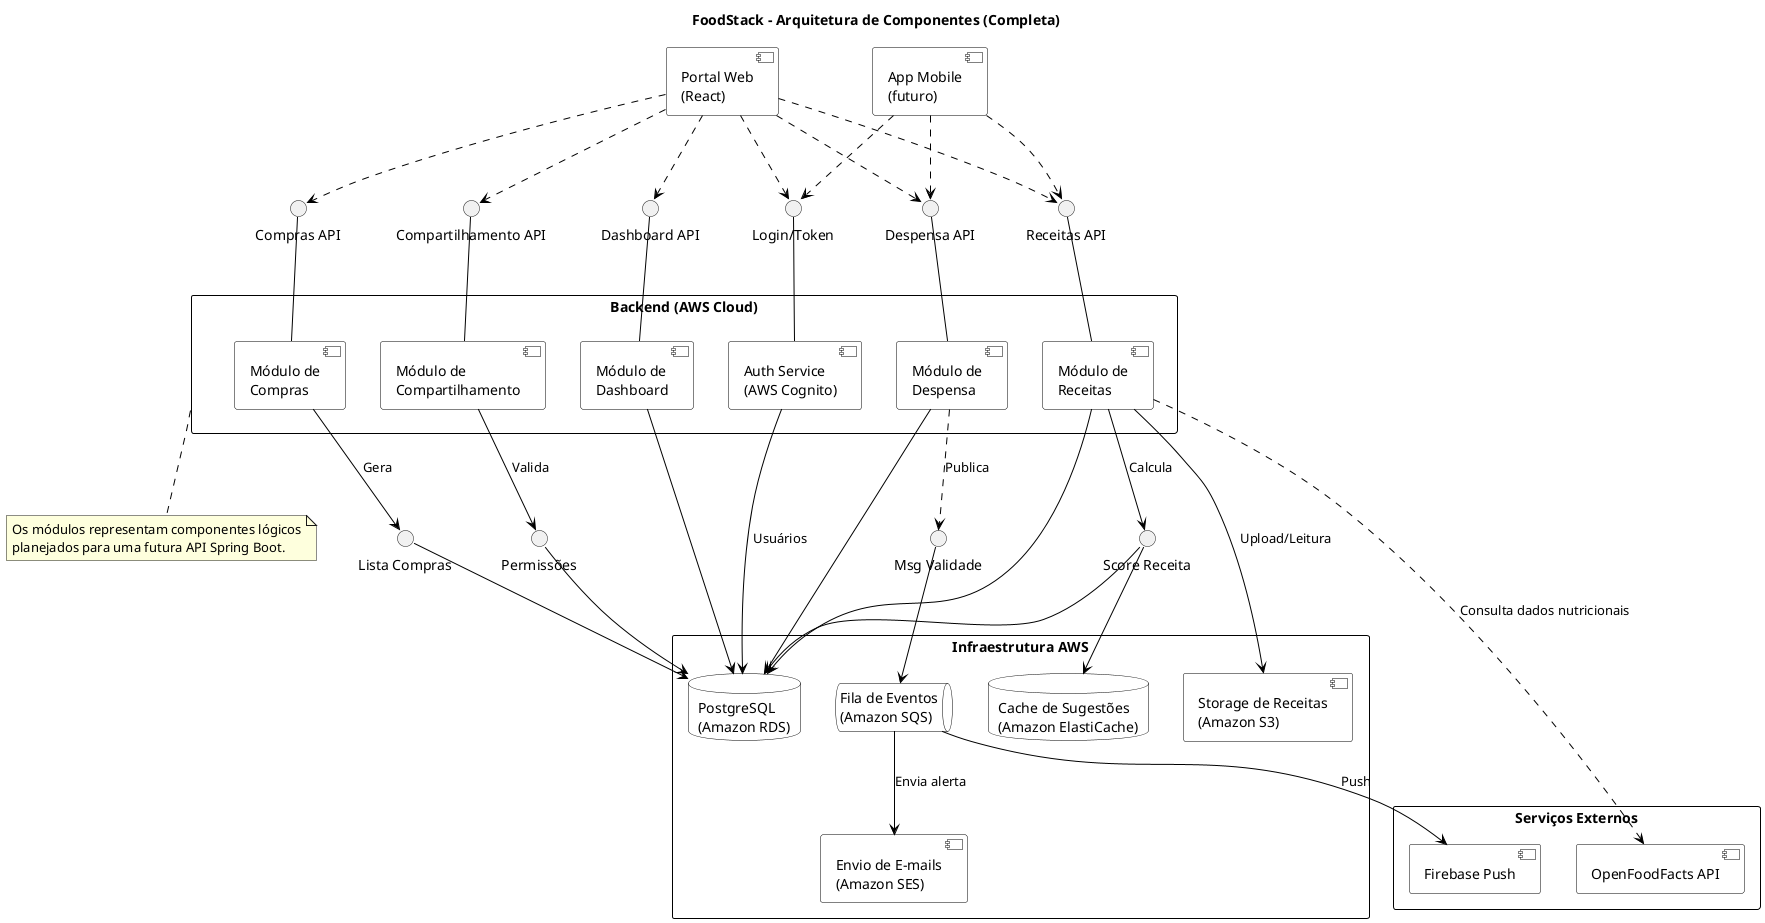
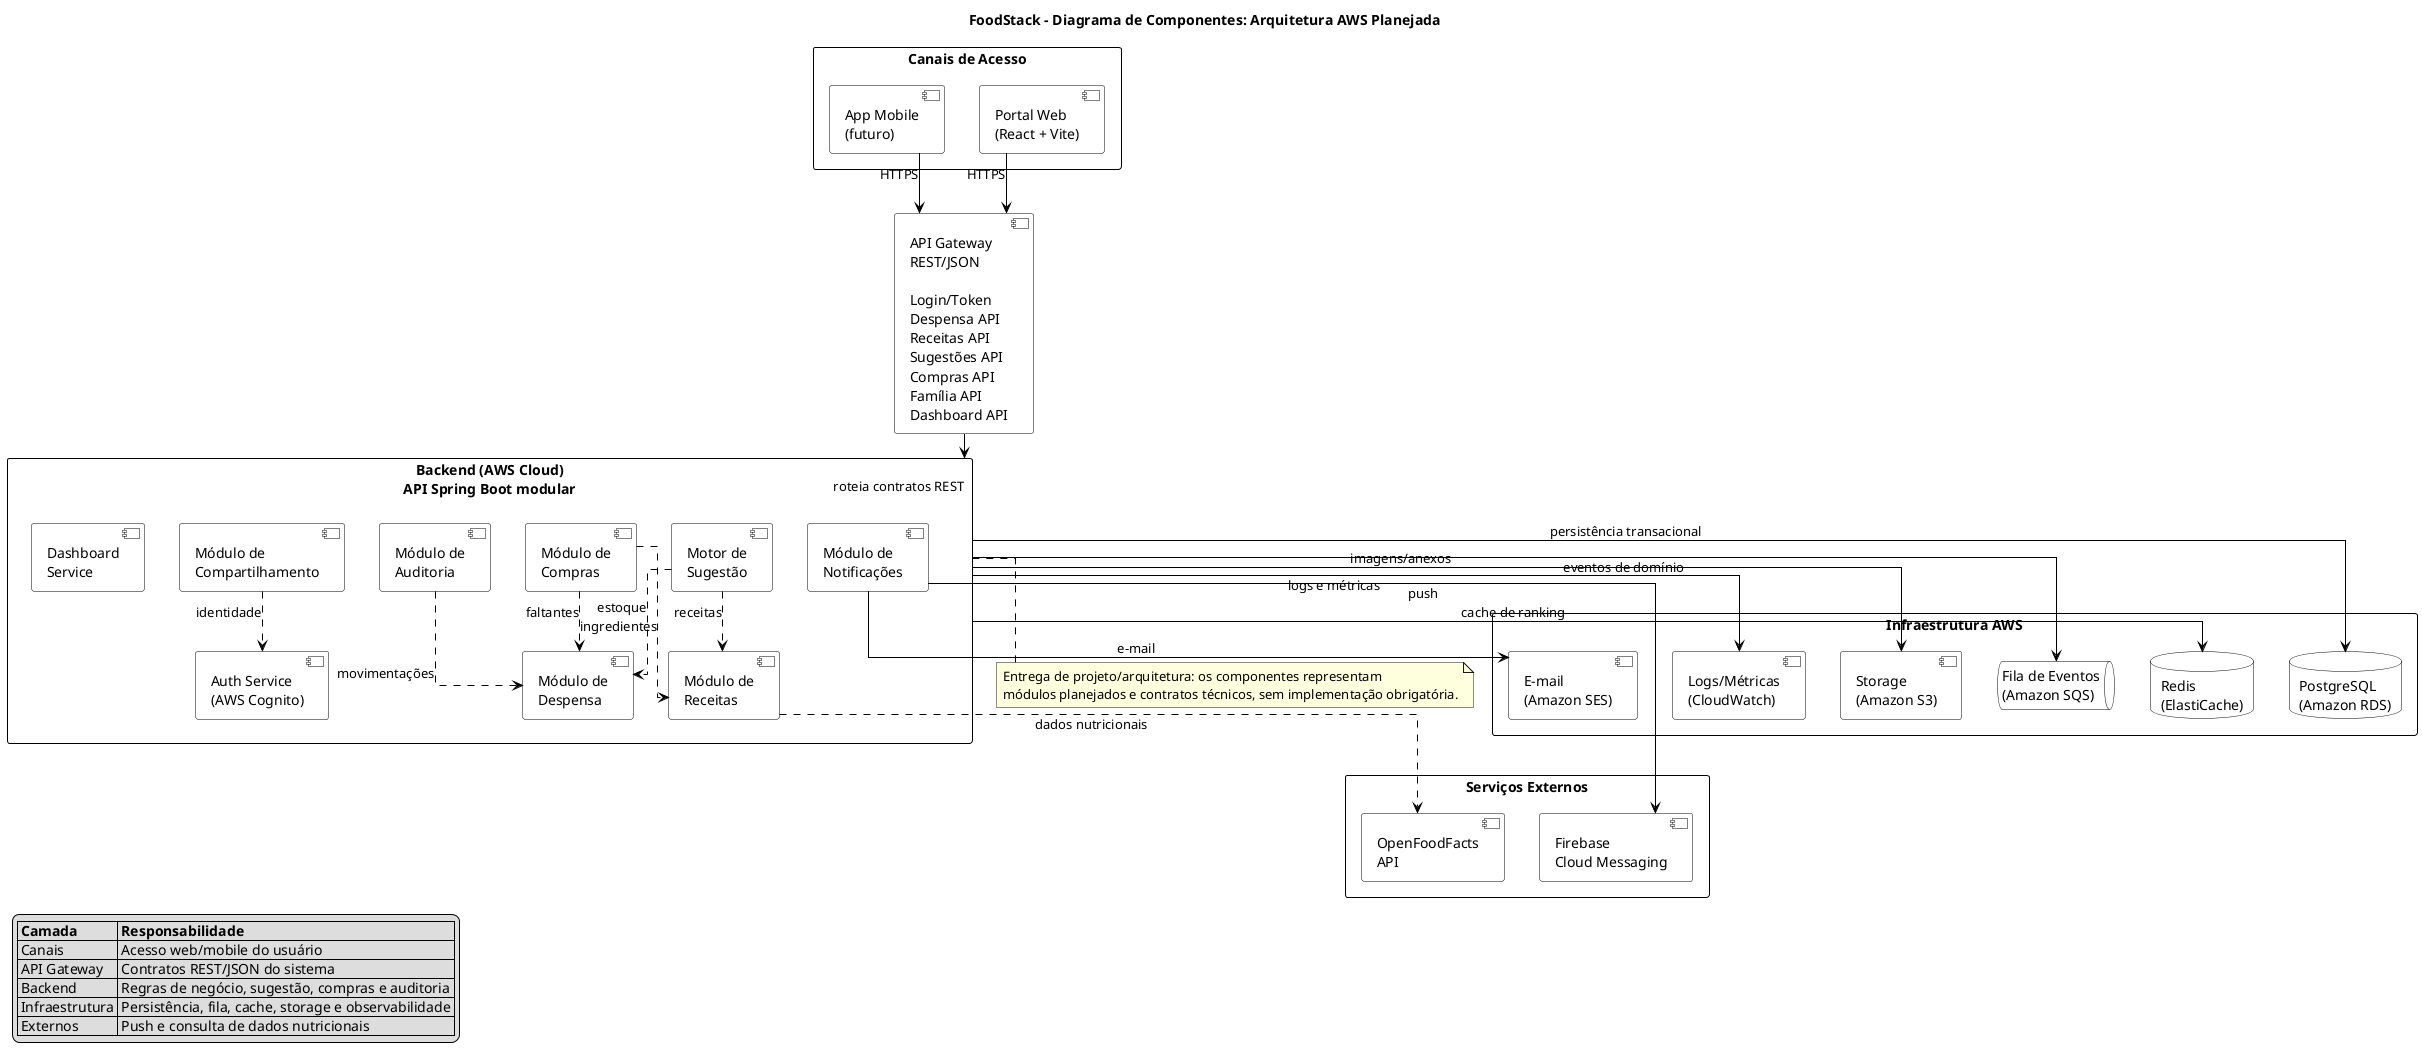
@startuml
- title FoodStack - Arquitetura de Componentes (Completa)
+ title FoodStack - Diagrama de Componentes: Arquitetura AWS Planejada

skinparam shadowing false
skinparam componentStyle uml2
skinparam packageStyle rectangle
skinparam defaultFontName Arial
skinparam ArrowColor Black
+ skinparam linetype ortho
skinparam component {
  BackgroundColor White
  BorderColor Black
}
skinparam rectangle {
  BackgroundColor White
  BorderColor Black
}
skinparam database {
  BackgroundColor White
  BorderColor Black
}
skinparam queue {
  BackgroundColor White
  BorderColor Black
}

- component "Portal Web\n(React)" as Portal
+ top to bottom direction

- () "Dashboard API" as DashboardAPI
- () "Despensa API" as DespensaAPI
- () "Receitas API" as ReceitasAPI
- () "Login/Token" as LoginToken
- () "Compras API" as ComprasAPI
- () "Compartilhamento API" as CompartilhamentoAPI
- 
- Portal ..> DashboardAPI
- Portal ..> DespensaAPI
- Portal ..> ReceitasAPI
- Portal ..> LoginToken
- Portal ..> ComprasAPI
- Portal ..> CompartilhamentoAPI
- 
- rectangle "Backend (AWS Cloud)" as Backend {
-   component "Módulo de\nDashboard" as ModDashboard
-   component "Módulo de\nDespensa" as ModDespensa
-   component "Módulo de\nReceitas" as ModReceitas
-   component "Módulo de\nCompras" as ModCompras
-   component "Módulo de\nCompartilhamento" as ModCompart
-   component "Auth Service\n(AWS Cognito)" as Auth
+ rectangle "Canais de Acesso" as Canais {
+   component "Portal Web\n(React + Vite)" as PortalWeb
+   component "App Mobile\n(futuro)" as AppMobile
}

- DashboardAPI -- ModDashboard
- DespensaAPI -- ModDespensa
- ReceitasAPI -- ModReceitas
- ComprasAPI -- ModCompras
- CompartilhamentoAPI -- ModCompart
- LoginToken -- Auth
+ component "API Gateway\nREST/JSON\n\nLogin/Token\nDespensa API\nReceitas API\nSugestões API\nCompras API\nFamília API\nDashboard API" as Gateway

- () "Msg Validade" as MsgValidade
- () "Score Receita" as ScoreReceita
- () "Lista Compras" as ListaCompras
- () "Permissões" as Permissoes
+ rectangle "Backend (AWS Cloud)\nAPI Spring Boot modular" as Backend {
+   component "Auth Service\n(AWS Cognito)" as Auth
+   component "Módulo de\nDespensa" as Pantry
+   component "Módulo de\nReceitas" as Recipe
+   component "Motor de\nSugestão" as Suggestion
+   component "Módulo de\nCompras" as Shopping
+   component "Módulo de\nCompartilhamento" as Sharing
+   component "Módulo de\nNotificações" as Notification
+   component "Módulo de\nAuditoria" as Audit
+   component "Dashboard\nService" as Dashboard
+ }

rectangle "Infraestrutura AWS" as Infra {
+   database "PostgreSQL\n(Amazon RDS)" as RDS
+   database "Redis\n(ElastiCache)" as Redis
  queue "Fila de Eventos\n(Amazon SQS)" as SQS
-   component "Envio de E-mails\n(Amazon SES)" as SES
-   database "PostgreSQL\n(Amazon RDS)" as RDS
-   database "Cache de Sugestões\n(Amazon ElastiCache)" as Redis
-   component "Storage de Receitas\n(Amazon S3)" as S3
+   component "E-mail\n(Amazon SES)" as SES
+   component "Storage\n(Amazon S3)" as S3
+   component "Logs/Métricas\n(CloudWatch)" as CloudWatch
}

rectangle "Serviços Externos" as Externos {
-   component "Firebase Push" as Firebase
-   component "OpenFoodFacts API" as FoodFacts
+   component "Firebase\nCloud Messaging" as Firebase
+   component "OpenFoodFacts\nAPI" as FoodFacts
}

- component "App Mobile\n(futuro)" as Mobile
- Mobile ..> DespensaAPI
- Mobile ..> ReceitasAPI
- Mobile ..> LoginToken
+ PortalWeb --> Gateway : HTTPS
+ AppMobile --> Gateway : HTTPS

- ModDespensa ..> MsgValidade : Publica
- MsgValidade --> SQS
- SQS --> SES : Envia alerta
- SQS --> Firebase : Push
+ Gateway --> Backend : roteia contratos REST

- ModReceitas --> ScoreReceita : Calcula
- ScoreReceita --> RDS
- ScoreReceita --> Redis
+ Backend --> RDS : persistência transacional
+ Backend --> Redis : cache de ranking
+ Backend --> SQS : eventos de domínio
+ Backend --> S3 : imagens/anexos
+ Backend --> CloudWatch : logs e métricas

- ModCompras --> ListaCompras : Gera
- ListaCompras --> RDS
+ Notification --> SES : e-mail
+ Notification --> Firebase : push
+ Recipe ..> FoodFacts : dados nutricionais

- ModCompart --> Permissoes : Valida
- Permissoes --> RDS
+ Suggestion ..> Pantry : estoque
+ Suggestion ..> Recipe : receitas
+ Shopping ..> Pantry : faltantes
+ Shopping ..> Recipe : ingredientes
+ Sharing ..> Auth : identidade
+ Audit ..> Pantry : movimentações

- ModDashboard --> RDS
- ModDespensa --> RDS
- ModReceitas --> RDS
- ModReceitas --> S3 : Upload/Leitura
- ModReceitas ..> FoodFacts : Consulta dados nutricionais
- Auth --> RDS : Usuários
+ legend left
+   |= Camada |= Responsabilidade |
+   | Canais | Acesso web/mobile do usuário |
+   | API Gateway | Contratos REST/JSON do sistema |
+   | Backend | Regras de negócio, sugestão, compras e auditoria |
+   | Infraestrutura | Persistência, fila, cache, storage e observabilidade |
+   | Externos | Push e consulta de dados nutricionais |
+ endlegend

note bottom of Backend
-   Os módulos representam componentes lógicos
-   planejados para uma futura API Spring Boot.
+   Entrega de projeto/arquitetura: os componentes representam
+   módulos planejados e contratos técnicos, sem implementação obrigatória.
end note
@enduml
